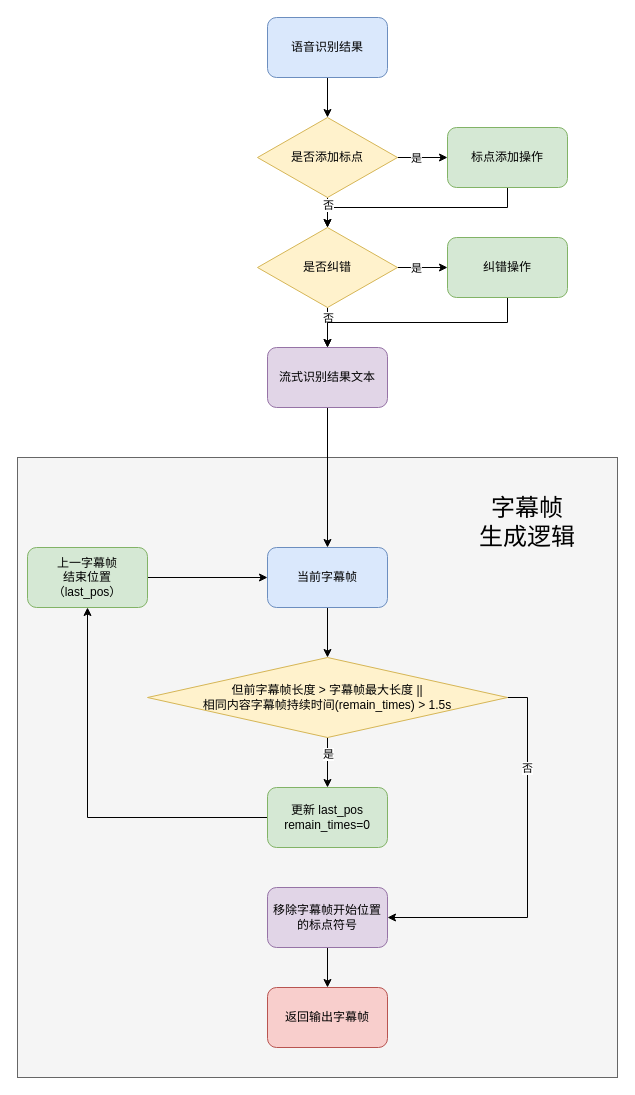
The draw.io diagram figure/字幕帧生成.drawio in fengyusu/paper, before the edit. Source tidied: cells renumbered, new cells numbered last; positions are measured from the earlier drawing's top-left corner, leaving out a move shared by most shapes. Both pictures are drawn from the tidied source at 100%, with x=0, y=0 at pixel (17, 17).
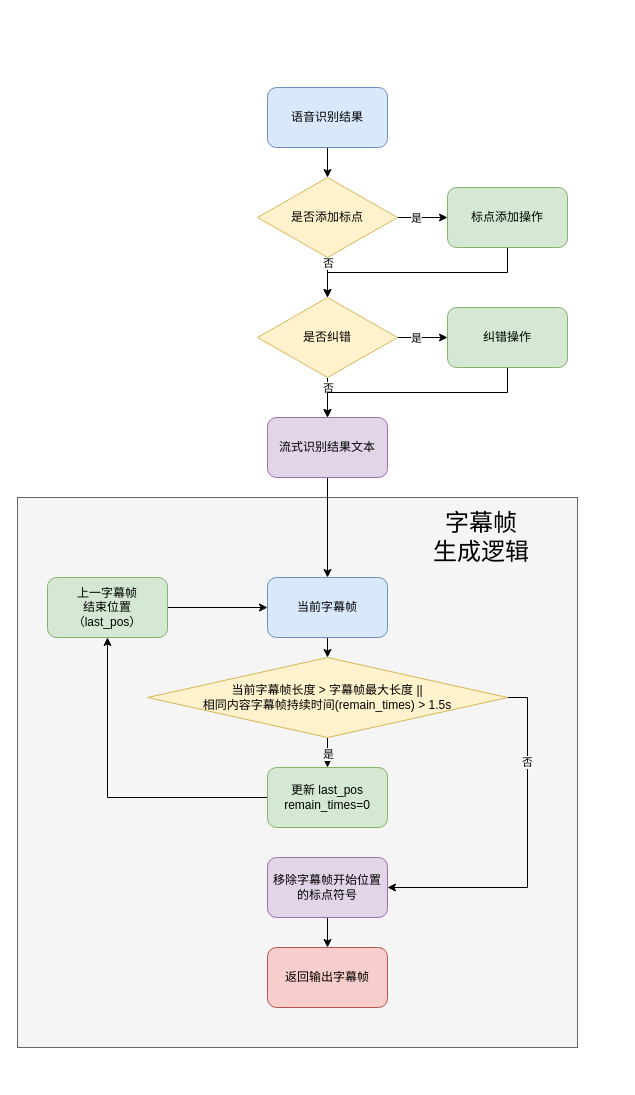
After the change.

Diff of the diagram source:
```diff
@@
     <mxCell id="3" value="语音识别结果" style="rounded=1;whiteSpace=wrap;html=1;fillColor=#dae8fc;strokeColor=#6c8ebf;" parent="1" vertex="1">
-      <mxGeometry x="250" width="120" height="60" as="geometry" />
+      <mxGeometry x="250" y="70" width="120" height="60" as="geometry" />
     </mxCell>
@@
     <mxCell id="5" value="标点添加操作" style="rounded=1;whiteSpace=wrap;html=1;fillColor=#d5e8d4;strokeColor=#82b366;" parent="1" vertex="1">
-      <mxGeometry x="430" y="110" width="120" height="60" as="geometry" />
+      <mxGeometry x="430" y="170" width="120" height="60" as="geometry" />
     </mxCell>
@@
     <mxCell id="10" value="是否添加标点" style="rhombus;whiteSpace=wrap;html=1;fillColor=#fff2cc;strokeColor=#d6b656;" parent="1" vertex="1">
-      <mxGeometry x="240" y="100" width="140" height="80" as="geometry" />
+      <mxGeometry x="240" y="160" width="140" height="80" as="geometry" />
     </mxCell>
@@
     <mxCell id="15" value="是否纠错" style="rhombus;whiteSpace=wrap;html=1;fillColor=#fff2cc;strokeColor=#d6b656;" parent="1" vertex="1">
-      <mxGeometry x="240" y="210" width="140" height="80" as="geometry" />
+      <mxGeometry x="240" y="280" width="140" height="80" as="geometry" />
     </mxCell>
@@
     <mxCell id="17" value="纠错操作" style="rounded=1;whiteSpace=wrap;html=1;fillColor=#d5e8d4;strokeColor=#82b366;" parent="1" vertex="1">
-      <mxGeometry x="430" y="220" width="120" height="60" as="geometry" />
+      <mxGeometry x="430" y="290" width="120" height="60" as="geometry" />
     </mxCell>
     <mxCell id="18" style="rounded=0;whiteSpace=wrap;html=1;fillColor=#f5f5f5;fontColor=#333333;strokeColor=#666666;" parent="1" vertex="1">
-      <mxGeometry y="440" width="600" height="620" as="geometry" />
+      <mxGeometry y="480" width="560" height="550" as="geometry" />
     </mxCell>
@@
     <mxCell id="20" value="流式识别结果文本" style="rounded=1;whiteSpace=wrap;html=1;fillColor=#e1d5e7;strokeColor=#9673a6;" parent="1" vertex="1">
-      <mxGeometry x="250" y="330" width="120" height="60" as="geometry" />
+      <mxGeometry x="250" y="400" width="120" height="60" as="geometry" />
     </mxCell>
@@
     <mxCell id="22" value="&lt;div&gt;上一字幕帧&lt;/div&gt;&lt;div&gt;结束位置&lt;/div&gt;&lt;div&gt;（last_pos）&lt;br&gt;&lt;/div&gt;" style="rounded=1;whiteSpace=wrap;html=1;fillColor=#d5e8d4;strokeColor=#82b366;" parent="1" vertex="1">
-      <mxGeometry x="10" y="530" width="120" height="60" as="geometry" />
+      <mxGeometry x="30" y="560" width="120" height="60" as="geometry" />
     </mxCell>
@@
-    <mxCell id="27" value="&lt;div&gt;但前字幕帧长度 &amp;gt; 字幕帧最大长度 || &lt;br&gt;&lt;div&gt;相同内容字幕帧持续时间(remain_times) &amp;gt; 1.5s&lt;/div&gt;&lt;/div&gt;" style="rhombus;whiteSpace=wrap;html=1;fillColor=#fff2cc;strokeColor=#d6b656;" parent="1" vertex="1">
+    <mxCell id="27" value="&lt;div&gt;当前字幕帧长度 &amp;gt; 字幕帧最大长度 || &lt;br&gt;&lt;div&gt;相同内容字幕帧持续时间(remain_times) &amp;gt; 1.5s&lt;/div&gt;&lt;/div&gt;" style="rhombus;whiteSpace=wrap;html=1;fillColor=#fff2cc;strokeColor=#d6b656;" parent="1" vertex="1">
       <mxGeometry x="130" y="640" width="360" height="80" as="geometry" />
     </mxCell>
@@
     <mxCell id="29" value="当前字幕帧" style="rounded=1;whiteSpace=wrap;html=1;fillColor=#dae8fc;strokeColor=#6c8ebf;" parent="1" vertex="1">
-      <mxGeometry x="250" y="530" width="120" height="60" as="geometry" />
+      <mxGeometry x="250" y="560" width="120" height="60" as="geometry" />
     </mxCell>
@@
     <mxCell id="31" value="&lt;div&gt;更新 last_pos&lt;/div&gt;&lt;div&gt;remain_times=0&lt;br&gt;&lt;/div&gt;" style="rounded=1;whiteSpace=wrap;html=1;fillColor=#d5e8d4;strokeColor=#82b366;" parent="1" vertex="1">
-      <mxGeometry x="250" y="770" width="120" height="60" as="geometry" />
+      <mxGeometry x="250" y="750" width="120" height="60" as="geometry" />
     </mxCell>
@@
     <mxCell id="33" value="移除字幕帧开始位置的标点符号" style="rounded=1;whiteSpace=wrap;html=1;fillColor=#e1d5e7;strokeColor=#9673a6;" parent="1" vertex="1">
-      <mxGeometry x="250" y="870" width="120" height="60" as="geometry" />
+      <mxGeometry x="250" y="840" width="120" height="60" as="geometry" />
     </mxCell>
     <mxCell id="34" value="返回输出字幕帧" style="rounded=1;whiteSpace=wrap;html=1;fillColor=#f8cecc;strokeColor=#b85450;" parent="1" vertex="1">
-      <mxGeometry x="250" y="970" width="120" height="60" as="geometry" />
+      <mxGeometry x="250" y="930" width="120" height="60" as="geometry" />
     </mxCell>
     <mxCell id="35" value="&lt;div&gt;&lt;font style=&quot;font-size: 24px;&quot;&gt;字幕帧&lt;/font&gt;&lt;/div&gt;&lt;div&gt;&lt;font style=&quot;font-size: 24px;&quot;&gt;生成逻辑&lt;/font&gt;&lt;/div&gt;" style="text;html=1;strokeColor=none;fillColor=none;align=center;verticalAlign=middle;whiteSpace=wrap;rounded=0;" parent="1" vertex="1">
-      <mxGeometry x="440" y="490" width="140" height="30" as="geometry" />
+      <mxGeometry x="394" y="505" width="140" height="30" as="geometry" />
     </mxCell>
```
